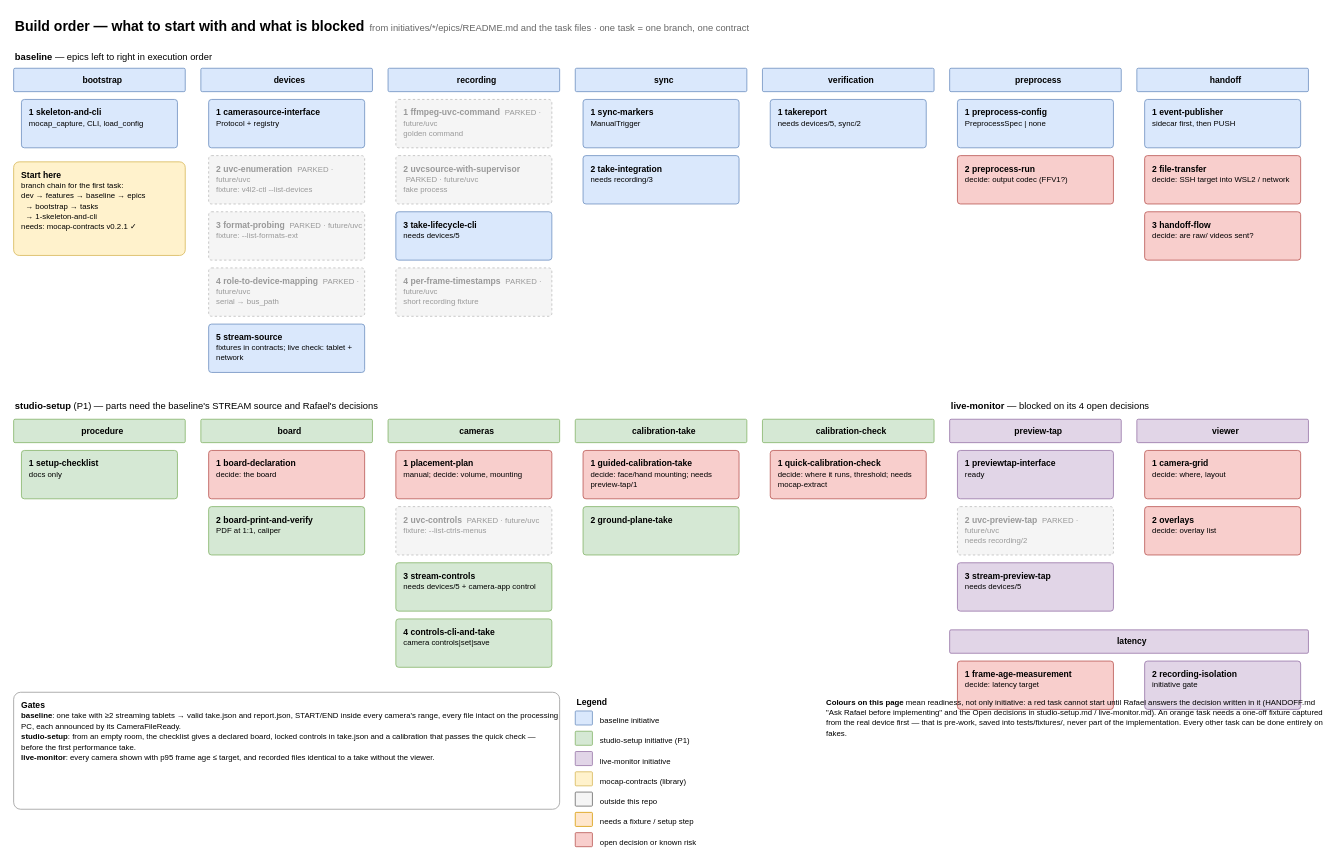
Before: page "4 · Build order" (4 of 4) of docs/recorder-pc.drawio in rafaelchiafarelli/mocap-capture, a draw.io diagram. Source tidied: cells renumbered, new cells numbered last; positions are measured from the earlier drawing's top-left corner, leaving out a move shared by most shapes. Both pictures are drawn from the tidied source at 78%, with x=0, y=0 at pixel (13, 13).
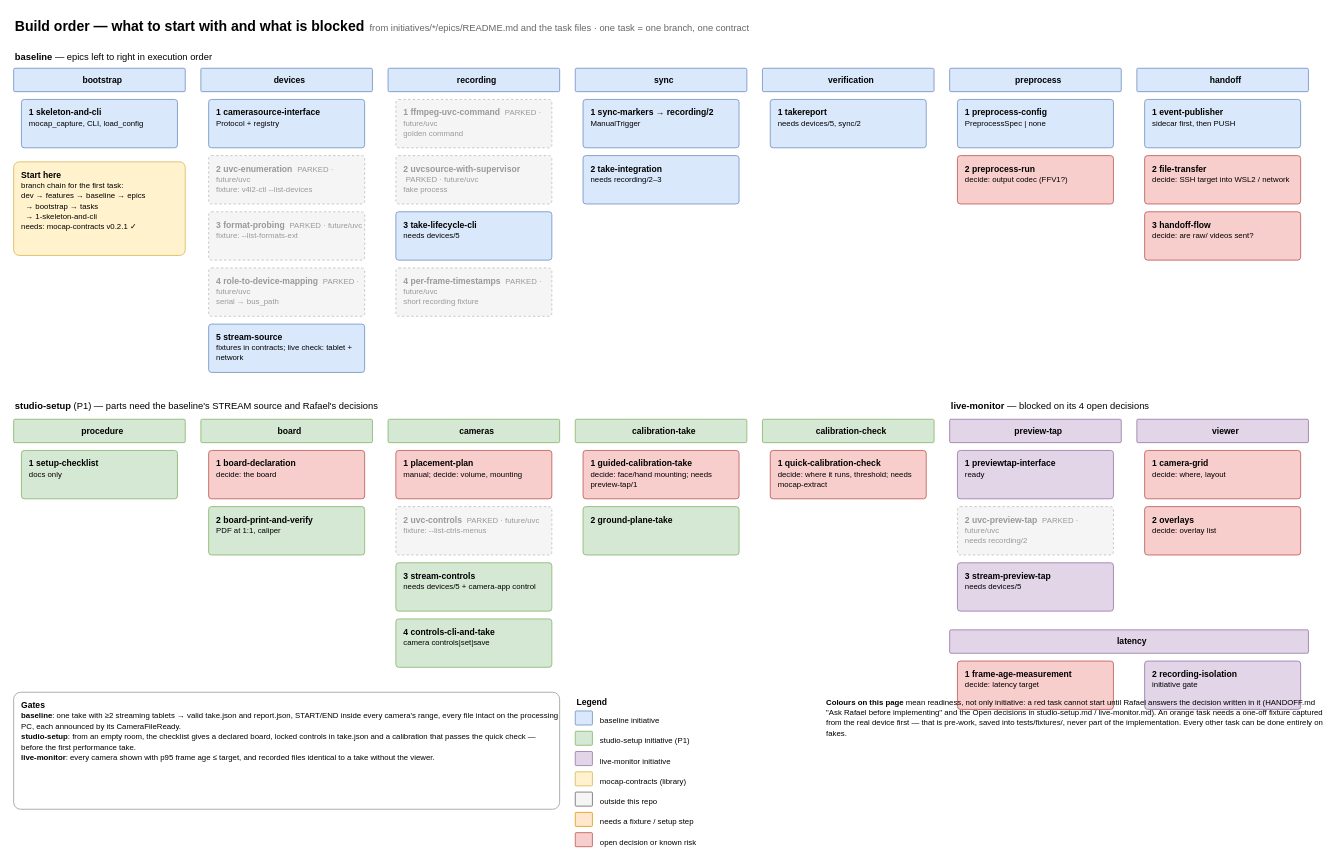
The same page after the edit.

Commit message (it also covers changes not shown here):
docs(initiatives): sync markers move to recording/2, on Unix time

Diff of the diagram source:
```diff
@@
-    <mxCell id="18" value="&lt;b&gt;1 sync-markers&lt;/b&gt;&lt;br&gt;&lt;font style='font-size:10px'&gt;ManualTrigger&lt;/font&gt;" style="rounded=1;whiteSpace=wrap;html=1;arcSize=6;align=left;verticalAlign=top;spacingLeft=8;spacingTop=4;fontSize=11;fillColor=#dae8fc;strokeColor=#6c8ebf;" parent="1" vertex="1">
+    <mxCell id="18" value="&lt;b&gt;1 sync-markers → recording/2&lt;/b&gt;&lt;br&gt;&lt;font style='font-size:10px'&gt;ManualTrigger&lt;/font&gt;" style="rounded=1;whiteSpace=wrap;html=1;arcSize=6;align=left;verticalAlign=top;spacingLeft=8;spacingTop=4;fontSize=11;fillColor=#dae8fc;strokeColor=#6c8ebf;" parent="1" vertex="1">
       <mxGeometry x="730" y="110" width="200" height="62" as="geometry" />
     </mxCell>
-    <mxCell id="19" value="&lt;b&gt;2 take-integration&lt;/b&gt;&lt;br&gt;&lt;font style='font-size:10px'&gt;needs recording/3&lt;/font&gt;" style="rounded=1;whiteSpace=wrap;html=1;arcSize=6;align=left;verticalAlign=top;spacingLeft=8;spacingTop=4;fontSize=11;fillColor=#dae8fc;strokeColor=#6c8ebf;" parent="1" vertex="1">
+    <mxCell id="19" value="&lt;b&gt;2 take-integration&lt;/b&gt;&lt;br&gt;&lt;font style='font-size:10px'&gt;needs recording/2–3&lt;/font&gt;" style="rounded=1;whiteSpace=wrap;html=1;arcSize=6;align=left;verticalAlign=top;spacingLeft=8;spacingTop=4;fontSize=11;fillColor=#dae8fc;strokeColor=#6c8ebf;" parent="1" vertex="1">
       <mxGeometry x="730" y="182" width="200" height="62" as="geometry" />
     </mxCell>
```
